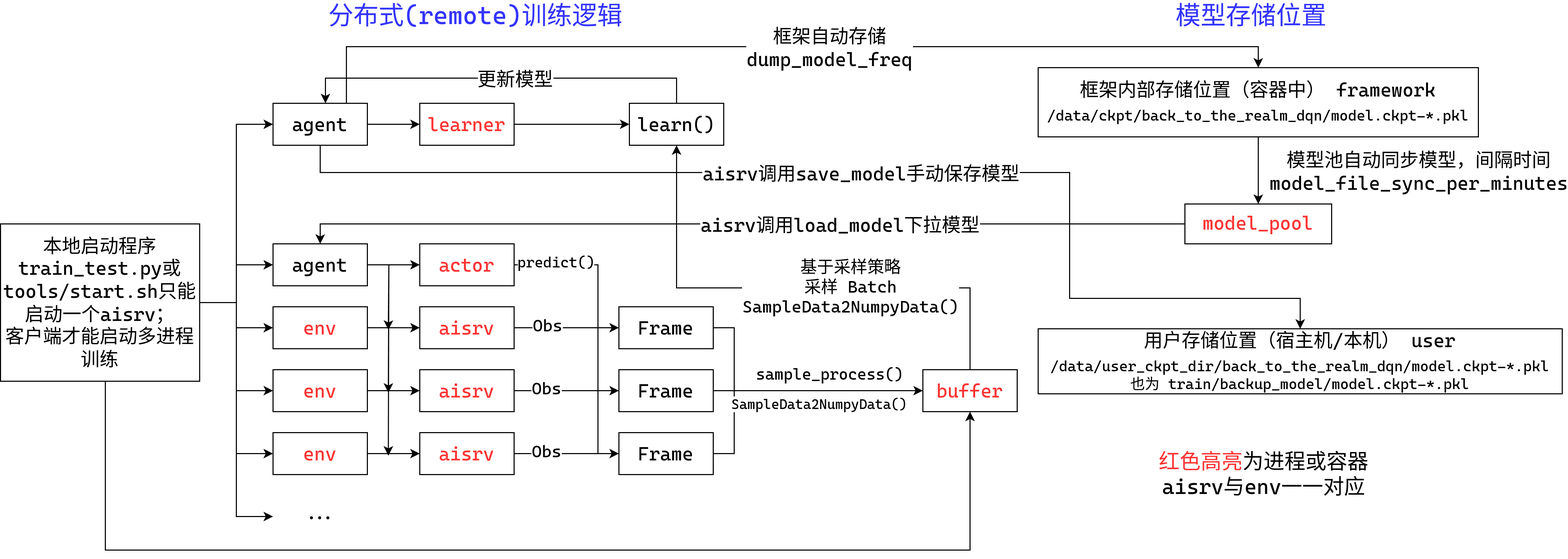
Above: figures/competitions/kaiwu/kaiwu_workframe.png in wty-yy/wty-yy.github.io (draw.io), before the change. Source tidied: cells renumbered, new cells last; positions are measured from the earlier drawing's top-left corner, leaving out a move shared by most shapes.
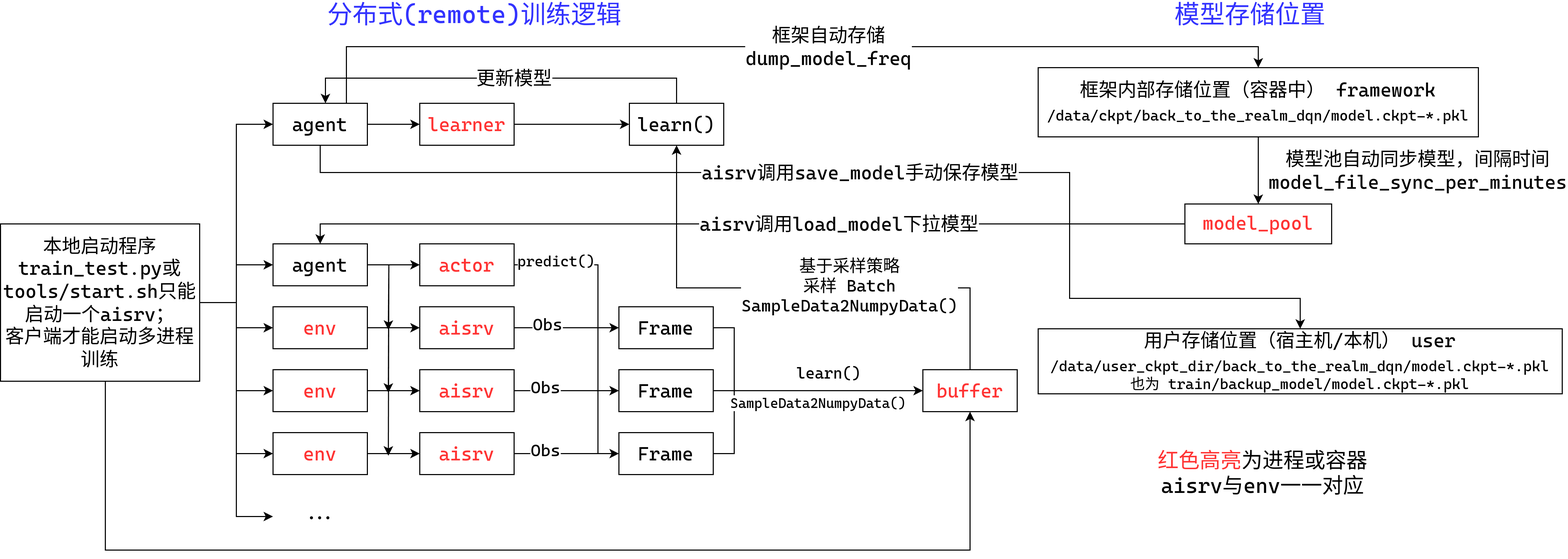
The same file after the commit.

Change to the diagram source:
```diff
@@ -167,7 +167,7 @@
         </Array>
       </mxGeometry>
     </mxCell>
-    <mxCell id="41" value="&lt;font face=&quot;CaskaydiaCove Nerd Font&quot; style=&quot;font-size: 15px;&quot;&gt;sample_process()&lt;/font&gt;" style="edgeLabel;html=1;align=center;verticalAlign=middle;" parent="40" vertex="1">
+    <mxCell id="41" value="&lt;font face=&quot;CaskaydiaCove Nerd Font&quot; style=&quot;font-size: 15px;&quot;&gt;learn()&lt;/font&gt;" style="edgeLabel;html=1;align=center;verticalAlign=middle;" parent="40" vertex="1">
       <mxGeometry x="-0.6" y="-3" relative="1" as="geometry">
         <mxPoint x="93" y="11" as="offset" />
       </mxGeometry>
```
